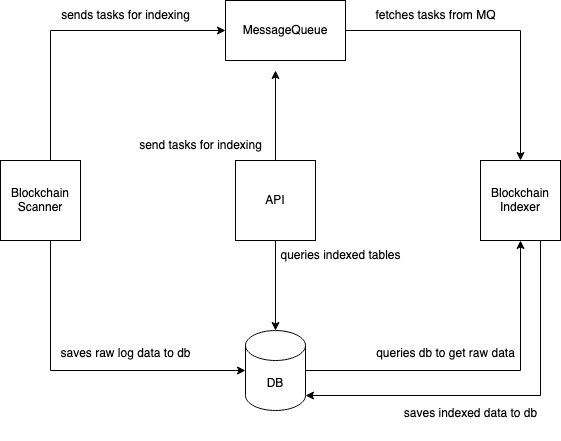
Above: imgs/HLD.png in furkansahin55/blockchain-indexer (draw.io), before the change. Source tidied: cells renumbered, new cells last; positions are measured from the earlier drawing's top-left corner, leaving out a move shared by most shapes. Source of this version:
```xml
<mxGraphModel>
  <root>
    <mxCell id="0" />
    <mxCell id="1" parent="0" />
    <mxCell id="2" style="edgeStyle=orthogonalEdgeStyle;rounded=0;jettySize=auto;html=1;entryX=0.5;entryY=1;entryDx=0;entryDy=0;" parent="1" edge="1" source="3" target="9">
      <mxGeometry relative="1" as="geometry" />
    </mxCell>
    <mxCell id="3" value="DB" style="shape=cylinder3;whiteSpace=wrap;html=1;boundedLbl=1;backgroundOutline=1;size=15;" parent="1" vertex="1">
      <mxGeometry x="245" y="330" width="60" height="80" as="geometry" />
    </mxCell>
    <mxCell id="4" style="edgeStyle=orthogonalEdgeStyle;rounded=0;jettySize=auto;html=1;entryX=0;entryY=0.5;entryDx=0;entryDy=0;entryPerimeter=0;" parent="1" edge="1" source="6" target="3">
      <mxGeometry relative="1" as="geometry">
        <Array as="points">
          <mxPoint x="50" y="370" />
        </Array>
      </mxGeometry>
    </mxCell>
    <mxCell id="5" style="edgeStyle=orthogonalEdgeStyle;rounded=0;jettySize=auto;html=1;entryX=0;entryY=0.5;entryDx=0;entryDy=0;" parent="1" edge="1" source="6" target="12">
      <mxGeometry relative="1" as="geometry">
        <Array as="points">
          <mxPoint x="50" y="30" />
        </Array>
      </mxGeometry>
    </mxCell>
    <mxCell id="6" value="Blockchain Scanner" style="whiteSpace=wrap;html=1;" parent="1" vertex="1">
      <mxGeometry y="160" width="80" height="80" as="geometry" />
    </mxCell>
    <mxCell id="7" value="&lt;div&gt;saves raw log data to db&lt;/div&gt;&lt;div&gt;&lt;br&gt;&lt;/div&gt;" style="text;html=1;align=center;verticalAlign=middle;strokeColor=none;fillColor=none;" parent="1" vertex="1">
      <mxGeometry x="50" y="340" width="150" height="40" as="geometry" />
    </mxCell>
    <mxCell id="8" style="edgeStyle=orthogonalEdgeStyle;rounded=0;jettySize=auto;html=1;entryX=1;entryY=1;entryDx=0;entryDy=-15;entryPerimeter=0;exitX=0.75;exitY=1;exitDx=0;exitDy=0;" parent="1" edge="1" source="9" target="3">
      <mxGeometry relative="1" as="geometry">
        <Array as="points">
          <mxPoint x="540" y="395" />
        </Array>
      </mxGeometry>
    </mxCell>
    <mxCell id="9" value="Blockchain Indexer" style="whiteSpace=wrap;html=1;" parent="1" vertex="1">
      <mxGeometry x="480" y="160" width="80" height="80" as="geometry" />
    </mxCell>
    <mxCell id="10" value="sends tasks for indexing" style="text;html=1;align=center;verticalAlign=middle;strokeColor=none;fillColor=none;" parent="1" vertex="1">
      <mxGeometry x="50" width="150" height="30" as="geometry" />
    </mxCell>
    <mxCell id="11" style="edgeStyle=orthogonalEdgeStyle;rounded=0;jettySize=auto;html=1;" parent="1" edge="1" source="12" target="9">
      <mxGeometry relative="1" as="geometry" />
    </mxCell>
    <mxCell id="12" value="MessageQueue" style="rounded=0;whiteSpace=wrap;html=1;" parent="1" vertex="1">
      <mxGeometry x="225" width="120" height="60" as="geometry" />
    </mxCell>
    <mxCell id="13" value="fetches tasks from MQ" style="text;html=1;align=center;verticalAlign=middle;strokeColor=none;fillColor=none;" parent="1" vertex="1">
      <mxGeometry x="365" width="140" height="30" as="geometry" />
    </mxCell>
    <mxCell id="14" value="&lt;div&gt;saves indexed data to db&lt;/div&gt;&lt;div&gt;&lt;br&gt;&lt;/div&gt;" style="text;html=1;align=center;verticalAlign=middle;strokeColor=none;fillColor=none;" parent="1" vertex="1">
      <mxGeometry x="390" y="400" width="160" height="40" as="geometry" />
    </mxCell>
    <mxCell id="15" style="edgeStyle=orthogonalEdgeStyle;rounded=0;jettySize=auto;html=1;entryX=0.5;entryY=0;entryDx=0;entryDy=0;entryPerimeter=0;" parent="1" edge="1" source="17" target="3">
      <mxGeometry relative="1" as="geometry" />
    </mxCell>
    <mxCell id="16" style="edgeStyle=orthogonalEdgeStyle;rounded=0;jettySize=auto;html=1;" parent="1" edge="1" source="17">
      <mxGeometry relative="1" as="geometry">
        <mxPoint x="275" y="70" as="targetPoint" />
      </mxGeometry>
    </mxCell>
    <mxCell id="17" value="API" style="whiteSpace=wrap;html=1;" parent="1" vertex="1">
      <mxGeometry x="235" y="160" width="80" height="80" as="geometry" />
    </mxCell>
    <mxCell id="18" value="queries indexed tables" style="text;html=1;align=center;verticalAlign=middle;strokeColor=none;fillColor=none;" parent="1" vertex="1">
      <mxGeometry x="270" y="240" width="140" height="30" as="geometry" />
    </mxCell>
    <mxCell id="19" value="send tasks for indexing" style="text;html=1;align=center;verticalAlign=middle;strokeColor=none;fillColor=none;" parent="1" vertex="1">
      <mxGeometry x="125" y="130" width="150" height="30" as="geometry" />
    </mxCell>
    <mxCell id="20" value="&lt;div&gt;queries db to get raw data&lt;br&gt;&lt;/div&gt;&lt;div&gt;&lt;br&gt;&lt;/div&gt;" style="text;html=1;align=center;verticalAlign=middle;strokeColor=none;fillColor=none;" parent="1" vertex="1">
      <mxGeometry x="365" y="340" width="160" height="40" as="geometry" />
    </mxCell>
  </root>
</mxGraphModel>
```
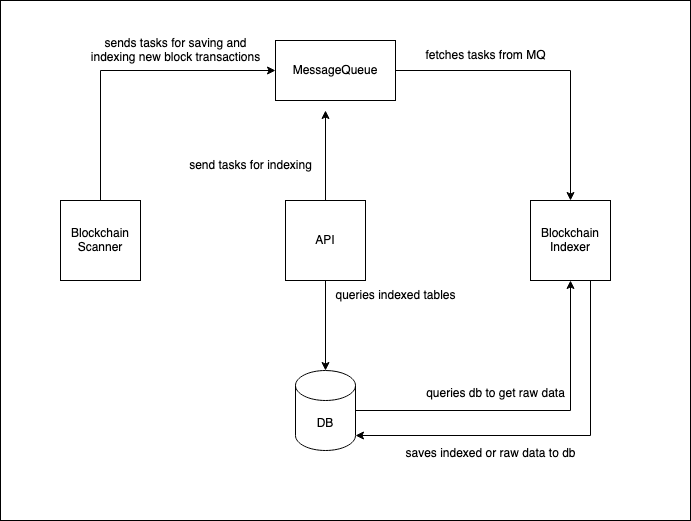
After the change.

What changed in the source:
```diff
@@ -2,19 +2,15 @@
   <root>
     <mxCell id="0" />
     <mxCell id="1" parent="0" />
+    <mxCell id="21" style="rounded=0;whiteSpace=wrap;html=1;" parent="1" vertex="1">
+      <mxGeometry x="-50" y="-40" width="690" height="520" as="geometry" />
+    </mxCell>
     <mxCell id="2" style="edgeStyle=orthogonalEdgeStyle;rounded=0;jettySize=auto;html=1;entryX=0.5;entryY=1;entryDx=0;entryDy=0;" parent="1" edge="1" source="3" target="9">
       <mxGeometry relative="1" as="geometry" />
     </mxCell>
     <mxCell id="3" value="DB" style="shape=cylinder3;whiteSpace=wrap;html=1;boundedLbl=1;backgroundOutline=1;size=15;" parent="1" vertex="1">
       <mxGeometry x="245" y="330" width="60" height="80" as="geometry" />
     </mxCell>
-    <mxCell id="4" style="edgeStyle=orthogonalEdgeStyle;rounded=0;jettySize=auto;html=1;entryX=0;entryY=0.5;entryDx=0;entryDy=0;entryPerimeter=0;" parent="1" edge="1" source="6" target="3">
-      <mxGeometry relative="1" as="geometry">
-        <Array as="points">
-          <mxPoint x="50" y="370" />
-        </Array>
-      </mxGeometry>
-    </mxCell>
     <mxCell id="5" style="edgeStyle=orthogonalEdgeStyle;rounded=0;jettySize=auto;html=1;entryX=0;entryY=0.5;entryDx=0;entryDy=0;" parent="1" edge="1" source="6" target="12">
       <mxGeometry relative="1" as="geometry">
         <Array as="points">
@@ -23,11 +19,8 @@
       </mxGeometry>
     </mxCell>
     <mxCell id="6" value="Blockchain Scanner" style="whiteSpace=wrap;html=1;" parent="1" vertex="1">
-      <mxGeometry y="160" width="80" height="80" as="geometry" />
+      <mxGeometry x="10" y="160" width="80" height="80" as="geometry" />
     </mxCell>
-    <mxCell id="7" value="&lt;div&gt;saves raw log data to db&lt;/div&gt;&lt;div&gt;&lt;br&gt;&lt;/div&gt;" style="text;html=1;align=center;verticalAlign=middle;strokeColor=none;fillColor=none;" parent="1" vertex="1">
-      <mxGeometry x="50" y="340" width="150" height="40" as="geometry" />
-    </mxCell>
     <mxCell id="8" style="edgeStyle=orthogonalEdgeStyle;rounded=0;jettySize=auto;html=1;entryX=1;entryY=1;entryDx=0;entryDy=-15;entryPerimeter=0;exitX=0.75;exitY=1;exitDx=0;exitDy=0;" parent="1" edge="1" source="9" target="3">
       <mxGeometry relative="1" as="geometry">
         <Array as="points">
@@ -38,8 +31,8 @@
     <mxCell id="9" value="Blockchain Indexer" style="whiteSpace=wrap;html=1;" parent="1" vertex="1">
       <mxGeometry x="480" y="160" width="80" height="80" as="geometry" />
     </mxCell>
-    <mxCell id="10" value="sends tasks for indexing" style="text;html=1;align=center;verticalAlign=middle;strokeColor=none;fillColor=none;" parent="1" vertex="1">
-      <mxGeometry x="50" width="150" height="30" as="geometry" />
+    <mxCell id="10" value="sends tasks for saving and&lt;br&gt; indexing new block transactions" style="text;html=1;align=center;verticalAlign=middle;strokeColor=none;fillColor=none;" parent="1" vertex="1">
+      <mxGeometry x="30" y="-10" width="190" height="40" as="geometry" />
     </mxCell>
     <mxCell id="11" style="edgeStyle=orthogonalEdgeStyle;rounded=0;jettySize=auto;html=1;" parent="1" edge="1" source="12" target="9">
       <mxGeometry relative="1" as="geometry" />
@@ -50,8 +43,8 @@
     <mxCell id="13" value="fetches tasks from MQ" style="text;html=1;align=center;verticalAlign=middle;strokeColor=none;fillColor=none;" parent="1" vertex="1">
       <mxGeometry x="365" width="140" height="30" as="geometry" />
     </mxCell>
-    <mxCell id="14" value="&lt;div&gt;saves indexed data to db&lt;/div&gt;&lt;div&gt;&lt;br&gt;&lt;/div&gt;" style="text;html=1;align=center;verticalAlign=middle;strokeColor=none;fillColor=none;" parent="1" vertex="1">
-      <mxGeometry x="390" y="400" width="160" height="40" as="geometry" />
+    <mxCell id="14" value="&lt;div&gt;saves indexed or raw data to db&lt;/div&gt;&lt;div&gt;&lt;br&gt;&lt;/div&gt;" style="text;html=1;align=center;verticalAlign=middle;strokeColor=none;fillColor=none;" parent="1" vertex="1">
+      <mxGeometry x="345" y="400" width="190" height="40" as="geometry" />
     </mxCell>
     <mxCell id="15" style="edgeStyle=orthogonalEdgeStyle;rounded=0;jettySize=auto;html=1;entryX=0.5;entryY=0;entryDx=0;entryDy=0;entryPerimeter=0;" parent="1" edge="1" source="17" target="3">
       <mxGeometry relative="1" as="geometry" />
@@ -65,10 +58,10 @@
       <mxGeometry x="235" y="160" width="80" height="80" as="geometry" />
     </mxCell>
     <mxCell id="18" value="queries indexed tables" style="text;html=1;align=center;verticalAlign=middle;strokeColor=none;fillColor=none;" parent="1" vertex="1">
-      <mxGeometry x="270" y="240" width="140" height="30" as="geometry" />
+      <mxGeometry x="275" y="240" width="140" height="30" as="geometry" />
     </mxCell>
     <mxCell id="19" value="send tasks for indexing" style="text;html=1;align=center;verticalAlign=middle;strokeColor=none;fillColor=none;" parent="1" vertex="1">
-      <mxGeometry x="125" y="130" width="150" height="30" as="geometry" />
+      <mxGeometry x="125" y="110" width="150" height="30" as="geometry" />
     </mxCell>
     <mxCell id="20" value="&lt;div&gt;queries db to get raw data&lt;br&gt;&lt;/div&gt;&lt;div&gt;&lt;br&gt;&lt;/div&gt;" style="text;html=1;align=center;verticalAlign=middle;strokeColor=none;fillColor=none;" parent="1" vertex="1">
       <mxGeometry x="365" y="340" width="160" height="40" as="geometry" />
```
